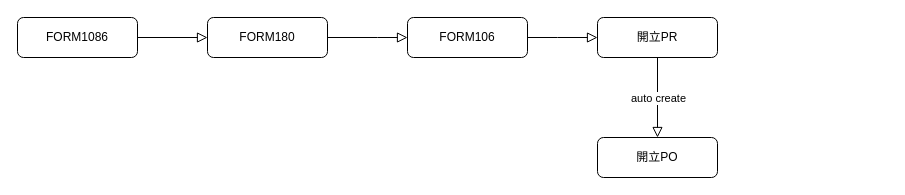
Above: 未命名绘图.drawio in kevin94705/HW1M10923023 (draw.io), before the change. Source tidied: cells renumbered, new cells numbered last; positions are measured from the earlier drawing's top-left corner, leaving out a move shared by most shapes. Both pictures are drawn from the tidied source at 100%, with x=0, y=0 at pixel (17, 17).
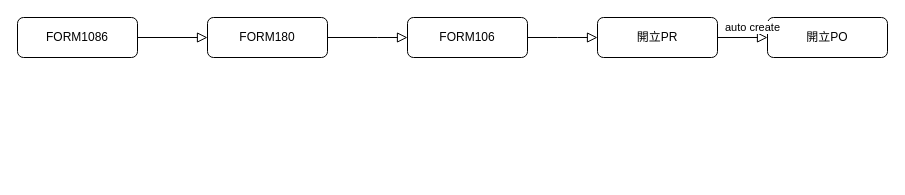
The same diagram, later.

Commit message (it also covers changes not shown here):
更新未命名绘图.drawio

Diff of the diagram source:
```diff
@@
 <mxGraphModel>
   <root>
     <mxCell id="0" />
     <mxCell id="1" parent="0" />
     <mxCell id="2" style="rounded=0;html=1;jettySize=auto;fontSize=11;endArrow=block;endFill=0;endSize=8;strokeWidth=1;shadow=0;labelBackgroundColor=none;edgeStyle=orthogonalEdgeStyle;entryX=0;entryY=0.5;entryDx=0;entryDy=0;" parent="1" edge="1" source="3" target="4">
       <mxGeometry relative="1" as="geometry" />
     </mxCell>
     <mxCell id="3" value="FORM1086" style="rounded=1;whiteSpace=wrap;html=1;fontSize=12;glass=0;strokeWidth=1;shadow=0;" parent="1" vertex="1">
       <mxGeometry width="120" height="40" as="geometry" />
     </mxCell>
     <mxCell id="4" value="FORM180" style="rounded=1;whiteSpace=wrap;html=1;fontSize=12;glass=0;strokeWidth=1;shadow=0;" parent="1" vertex="1">
       <mxGeometry x="190" width="120" height="40" as="geometry" />
     </mxCell>
     <mxCell id="5" value="FORM106" style="rounded=1;whiteSpace=wrap;html=1;fontSize=12;glass=0;strokeWidth=1;shadow=0;" parent="1" vertex="1">
       <mxGeometry x="390" width="120" height="40" as="geometry" />
     </mxCell>
     <mxCell id="6" value="開立PR" style="rounded=1;whiteSpace=wrap;html=1;fontSize=12;glass=0;strokeWidth=1;shadow=0;" parent="1" vertex="1">
       <mxGeometry x="580" width="120" height="40" as="geometry" />
     </mxCell>
     <mxCell id="7" style="rounded=0;html=1;jettySize=auto;fontSize=11;endArrow=block;endFill=0;endSize=8;strokeWidth=1;shadow=0;labelBackgroundColor=none;edgeStyle=orthogonalEdgeStyle;entryX=0;entryY=0.5;entryDx=0;entryDy=0;exitX=1;exitY=0.5;exitDx=0;exitDy=0;" parent="1" edge="1" source="4" target="5">
       <mxGeometry relative="1" as="geometry">
         <Array as="points">
           <mxPoint x="360" y="20" />
           <mxPoint x="360" y="20" />
         </Array>
       </mxGeometry>
     </mxCell>
     <mxCell id="8" style="rounded=0;html=1;jettySize=auto;fontSize=11;endArrow=block;endFill=0;endSize=8;strokeWidth=1;shadow=0;labelBackgroundColor=none;edgeStyle=orthogonalEdgeStyle;entryX=0;entryY=0.5;entryDx=0;entryDy=0;exitX=1;exitY=0.5;exitDx=0;exitDy=0;" parent="1" edge="1" source="5" target="6">
       <mxGeometry relative="1" as="geometry">
         <Array as="points">
           <mxPoint x="540" y="20" />
           <mxPoint x="540" y="20" />
         </Array>
       </mxGeometry>
     </mxCell>
     <mxCell id="9" value="開立PO" style="rounded=1;whiteSpace=wrap;html=1;fontSize=12;glass=0;strokeWidth=1;shadow=0;" parent="1" vertex="1">
-      <mxGeometry x="580" y="120" width="120" height="40" as="geometry" />
+      <mxGeometry x="750" width="120" height="40" as="geometry" />
     </mxCell>
-    <mxCell id="10" style="rounded=0;html=1;jettySize=auto;fontSize=11;endArrow=block;endFill=0;endSize=8;strokeWidth=1;shadow=0;labelBackgroundColor=none;edgeStyle=orthogonalEdgeStyle;entryX=0.5;entryY=0;entryDx=0;entryDy=0;exitX=0.5;exitY=1;exitDx=0;exitDy=0;" parent="1" edge="1" source="6" target="9">
+    <mxCell id="10" style="rounded=0;html=1;jettySize=auto;orthogonalLoop=1;fontSize=11;endArrow=block;endFill=0;endSize=8;strokeWidth=1;shadow=0;labelBackgroundColor=none;edgeStyle=orthogonalEdgeStyle;" parent="1" edge="1">
       <mxGeometry relative="1" as="geometry">
+        <mxPoint x="700" y="20" as="sourcePoint" />
+        <mxPoint x="750" y="20" as="targetPoint" />
         <Array as="points">
-          <mxPoint x="640" y="110" />
+          <mxPoint x="700" y="20" />
+          <mxPoint x="810" y="20" />
         </Array>
       </mxGeometry>
     </mxCell>
     <mxCell id="11" value="auto create" style="edgeLabel;html=1;align=center;verticalAlign=middle;" parent="10" vertex="1">
       <mxGeometry x="0.3" y="-1" relative="1" as="geometry">
         <mxPoint x="1" y="-12" as="offset" />
       </mxGeometry>
     </mxCell>
   </root>
 </mxGraphModel>
```
